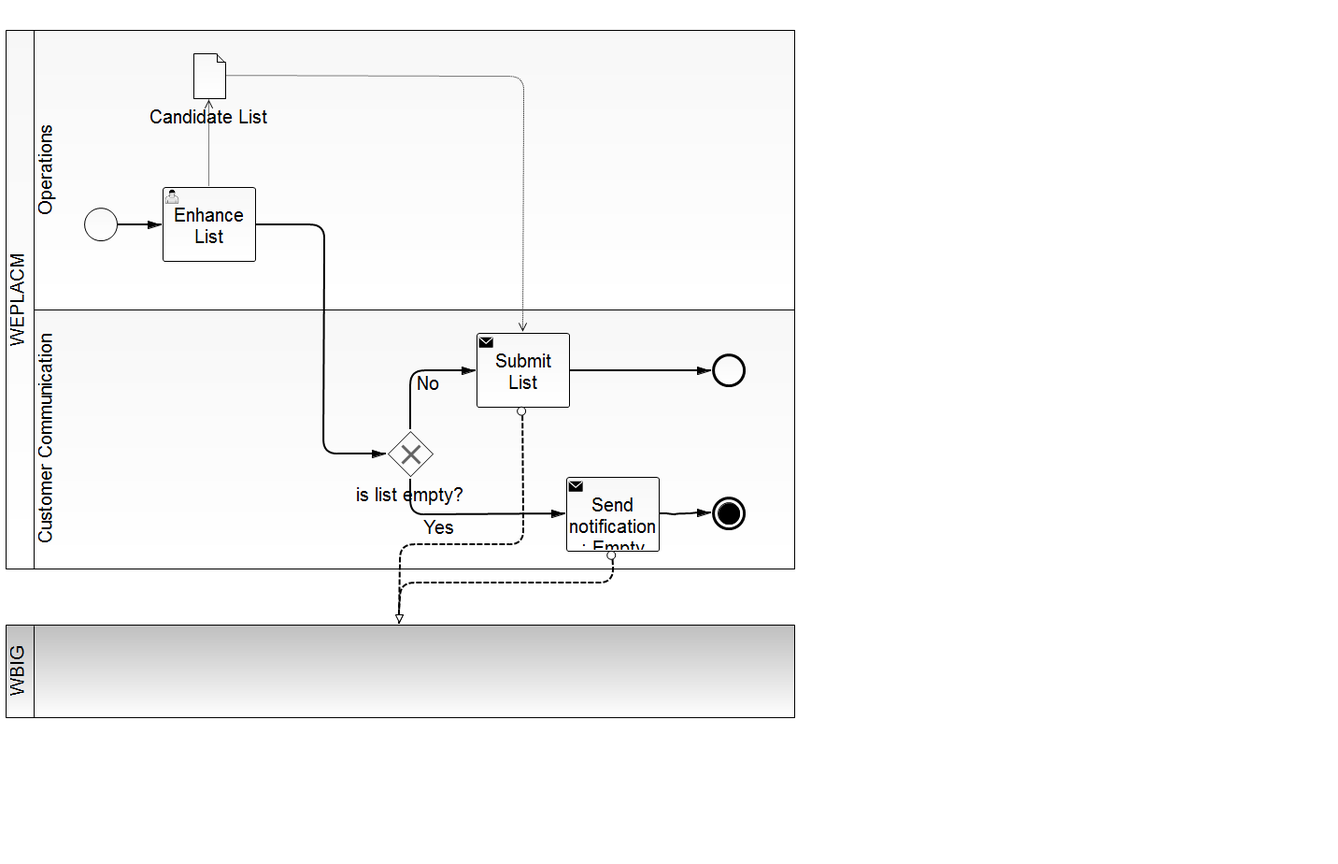
This is src/main/resources/prepare_list.png from SandraLe/WEPLACM, a BPMN export, as it was before one commit. Its source is kept beside it as src/main/resources/prepare_list.bpmn. Ids are renumbered.
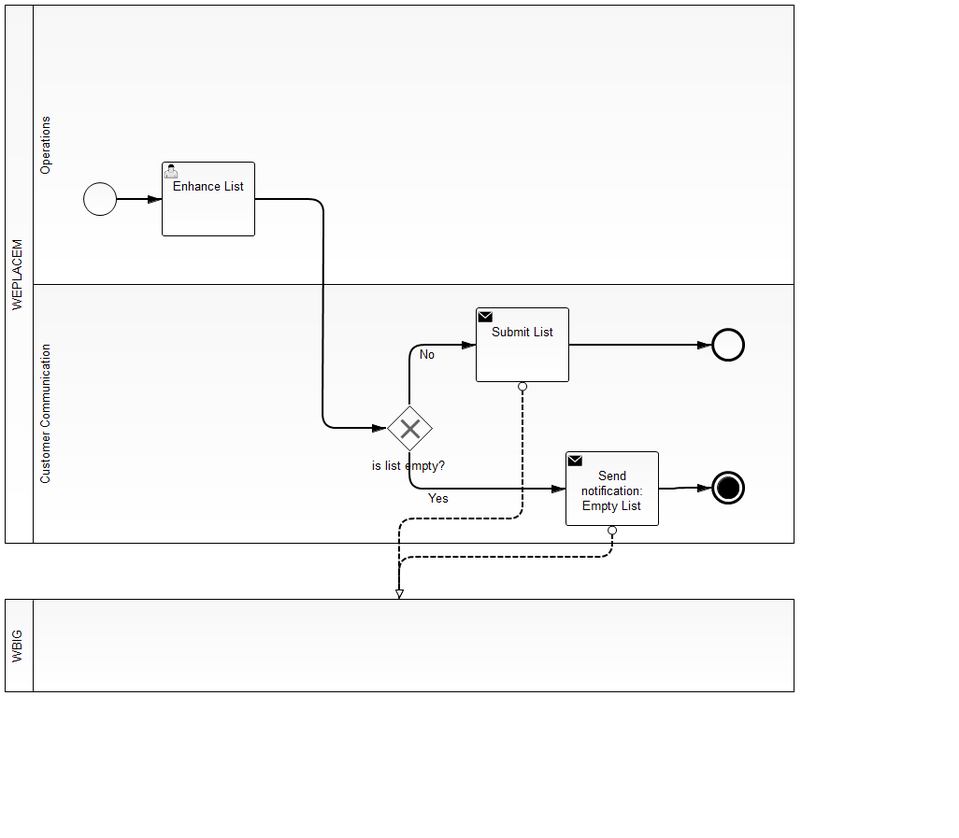
The same file after the commit.

The edit, as a diff of the source:
```diff
@@ -1,22 +1,22 @@
-<bpmn2:definitions xmlns:xsi="http://www.w3.org/2001/XMLSchema-instance" xmlns:bpmn2="http://www.omg.org/spec/BPMN/20100524/MODEL" xmlns:bpmndi="http://www.omg.org/spec/BPMN/20100524/DI" xmlns:dc="http://www.omg.org/spec/DD/20100524/DC" xmlns:di="http://www.omg.org/spec/DD/20100524/DI" xsi:schemaLocation="http://www.omg.org/spec/BPMN/20100524/MODEL BPMN20.xsd" id="_vGd_sAk-EeWftNyabiApZA" exporter="camunda modeler" exporterVersion="2.7.0" targetNamespace="http://activiti.org/bpmn">
+<bpmn2:definitions xmlns:xsi="http://www.w3.org/2001/XMLSchema-instance" xmlns:bpmn2="http://www.omg.org/spec/BPMN/20100524/MODEL" xmlns:bpmndi="http://www.omg.org/spec/BPMN/20100524/DI" xmlns:camunda="http://activiti.org/bpmn" xmlns:dc="http://www.omg.org/spec/DD/20100524/DC" xmlns:di="http://www.omg.org/spec/DD/20100524/DI" xsi:schemaLocation="http://www.omg.org/spec/BPMN/20100524/MODEL BPMN20.xsd" id="_vGd_sAk-EeWftNyabiApZA" exporter="camunda modeler" exporterVersion="2.7.0" targetNamespace="http://activiti.org/bpmn">
   <bpmn2:collaboration id="_Collaboration_3">
-    <bpmn2:participant id="WEPLACM" name="WEPLACM" processRef="prepare_list"/>
-    <bpmn2:participant id="WBIG" name="WBIG"/>
-    <bpmn2:messageFlow id="MessageFlow_3" name="" sourceRef="SubmitList" targetRef="WBIG"/>
-    <bpmn2:messageFlow id="MessageFlow_4" name="" sourceRef="SendNotificationEmptyList" targetRef="WBIG"/>
+    <bpmn2:participant id="_Participant_3" name="WEPLACEM" processRef="prepare_list"/>
+    <bpmn2:participant id="Participant_1" name="WBIG"/>
+    <bpmn2:messageFlow id="MessageFlow_3" name="" sourceRef="SubmitList" targetRef="Participant_1"/>
+    <bpmn2:messageFlow id="MessageFlow_4" name="" sourceRef="EmptyList" targetRef="Participant_1"/>
   </bpmn2:collaboration>
   <bpmn2:process id="prepare_list" isExecutable="true">
     <bpmn2:laneSet id="LaneSet_1" name="Lane Set 1">
       <bpmn2:lane id="Operations" name="Operations">
         <bpmn2:flowNodeRef>EnhanceList</bpmn2:flowNodeRef>
-        <bpmn2:flowNodeRef>StartEvent_PrepareList</bpmn2:flowNodeRef>
+        <bpmn2:flowNodeRef>StartEvent_1</bpmn2:flowNodeRef>
       </bpmn2:lane>
       <bpmn2:lane id="CustomerCommunication" name="Customer Communication">
         <bpmn2:flowNodeRef>SubmitList</bpmn2:flowNodeRef>
         <bpmn2:flowNodeRef>IsListEmpty</bpmn2:flowNodeRef>
-        <bpmn2:flowNodeRef>SendNotificationEmptyList</bpmn2:flowNodeRef>
+        <bpmn2:flowNodeRef>EmptyList</bpmn2:flowNodeRef>
         <bpmn2:flowNodeRef>EndEvent_2</bpmn2:flowNodeRef>
-        <bpmn2:flowNodeRef>EndEvent_PrepareList</bpmn2:flowNodeRef>
+        <bpmn2:flowNodeRef>EndEvent_1</bpmn2:flowNodeRef>
       </bpmn2:lane>
     </bpmn2:laneSet>
     <bpmn2:dataObject id="DataObject_1" name="Candidate List"/>
@@ -24,47 +24,46 @@
     <bpmn2:userTask id="EnhanceList" name="Enhance List">
       <bpmn2:incoming>SequenceFlow_1</bpmn2:incoming>
       <bpmn2:outgoing>SequenceFlow_3</bpmn2:outgoing>
-      <bpmn2:dataOutputAssociation id="DataOutputAssociation_1">
-        <bpmn2:targetRef>CandidateList</bpmn2:targetRef>
-      </bpmn2:dataOutputAssociation>
     </bpmn2:userTask>
     <bpmn2:sequenceFlow id="SequenceFlow_3" name="" sourceRef="EnhanceList" targetRef="IsListEmpty"/>
-    <bpmn2:startEvent id="StartEvent_PrepareList">
+    <bpmn2:startEvent id="StartEvent_1">
       <bpmn2:outgoing>SequenceFlow_1</bpmn2:outgoing>
     </bpmn2:startEvent>
-    <bpmn2:sequenceFlow id="SequenceFlow_1" name="" sourceRef="StartEvent_PrepareList" targetRef="EnhanceList"/>
-    <bpmn2:dataObjectReference id="CandidateList" name="Candidate List" dataObjectRef="DataObject_1"/>
-    <bpmn2:sendTask id="SubmitList" name="Submit List">
+    <bpmn2:sequenceFlow id="SequenceFlow_1" name="" sourceRef="StartEvent_1" targetRef="EnhanceList"/>
+    <bpmn2:sendTask id="SubmitList" camunda:expression="{$Prepare_list.submit_list()}" name="Submit List">
       <bpmn2:incoming>SequenceFlow_4</bpmn2:incoming>
       <bpmn2:outgoing>SequenceFlow_6</bpmn2:outgoing>
-      <bpmn2:dataInputAssociation id="DataInputAssociation_3">
-        <bpmn2:sourceRef>CandidateList</bpmn2:sourceRef>
-      </bpmn2:dataInputAssociation>
     </bpmn2:sendTask>
-    <bpmn2:sequenceFlow id="SequenceFlow_6" name="" sourceRef="SubmitList" targetRef="EndEvent_PrepareList"/>
+    <bpmn2:sequenceFlow id="SequenceFlow_6" name="" sourceRef="SubmitList" targetRef="EndEvent_1"/>
     <bpmn2:exclusiveGateway id="IsListEmpty" name="is list empty?">
       <bpmn2:incoming>SequenceFlow_3</bpmn2:incoming>
       <bpmn2:outgoing>SequenceFlow_4</bpmn2:outgoing>
       <bpmn2:outgoing>SequenceFlow_5</bpmn2:outgoing>
     </bpmn2:exclusiveGateway>
-    <bpmn2:sequenceFlow id="SequenceFlow_4" name="No" sourceRef="IsListEmpty" targetRef="SubmitList"/>
-    <bpmn2:sequenceFlow id="SequenceFlow_5" name="Yes" sourceRef="IsListEmpty" targetRef="SendNotificationEmptyList"/>
-    <bpmn2:sendTask id="SendNotificationEmptyList" name="Send notification: Empty List">
+    <bpmn2:sequenceFlow id="SequenceFlow_4" name="No" sourceRef="IsListEmpty" targetRef="SubmitList">
+      <bpmn2:conditionExpression xsi:type="bpmn2:tFormalExpression">{$false}</bpmn2:conditionExpression>
+    </bpmn2:sequenceFlow>
+    <bpmn2:sequenceFlow id="SequenceFlow_5" name="Yes" sourceRef="IsListEmpty" targetRef="EmptyList">
+      <bpmn2:conditionExpression xsi:type="bpmn2:tFormalExpression">{$true}</bpmn2:conditionExpression>
+    </bpmn2:sequenceFlow>
+    <bpmn2:sendTask id="EmptyList" camunda:expression="{$Prepare_list.submit_empty_list()}" name="Send notification: Empty List">
       <bpmn2:incoming>SequenceFlow_5</bpmn2:incoming>
       <bpmn2:outgoing>SequenceFlow_7</bpmn2:outgoing>
     </bpmn2:sendTask>
-    <bpmn2:sequenceFlow id="SequenceFlow_7" name="" sourceRef="SendNotificationEmptyList" targetRef="EndEvent_2"/>
+    <bpmn2:sequenceFlow id="SequenceFlow_7" name="" sourceRef="EmptyList" targetRef="EndEvent_2"/>
     <bpmn2:endEvent id="EndEvent_2">
       <bpmn2:incoming>SequenceFlow_7</bpmn2:incoming>
       <bpmn2:terminateEventDefinition id="TerminateEventDefinition_1"/>
     </bpmn2:endEvent>
-    <bpmn2:endEvent id="EndEvent_PrepareList">
+    <bpmn2:endEvent id="EndEvent_1">
       <bpmn2:incoming>SequenceFlow_6</bpmn2:incoming>
     </bpmn2:endEvent>
   </bpmn2:process>
+  <bpmn2:message id="final_list" name="FINAL_LIST"/>
+  <bpmn2:message id="empty_list" name="EMPTY_LIST"/>
   <bpmndi:BPMNDiagram id="BPMNDiagram_1">
     <bpmndi:BPMNPlane id="BPMNPlane_1" bpmnElement="_Collaboration_3">
-      <bpmndi:BPMNShape id="_BPMNShape_StartEvent_7" bpmnElement="StartEvent_PrepareList">
+      <bpmndi:BPMNShape id="_BPMNShape_StartEvent_7" bpmnElement="StartEvent_1">
         <dc:Bounds height="36.0" width="36.0" x="84.0" y="190.0"/>
         <bpmndi:BPMNLabel>
           <dc:Bounds height="0.0" width="0.0" x="102.0" y="231.0"/>
@@ -73,7 +72,7 @@
       <bpmndi:BPMNShape id="_BPMNShape_Task_3" bpmnElement="EnhanceList">
         <dc:Bounds height="80.0" width="100.0" x="168.0" y="168.0"/>
       </bpmndi:BPMNShape>
-      <bpmndi:BPMNShape id="_BPMNShape_EndEvent_6" bpmnElement="EndEvent_PrepareList">
+      <bpmndi:BPMNShape id="_BPMNShape_EndEvent_6" bpmnElement="EndEvent_1">
         <dc:Bounds height="36.0" width="36.0" x="756.0" y="346.0"/>
         <bpmndi:BPMNLabel>
           <dc:Bounds height="0.0" width="0.0" x="774.0" y="387.0"/>
@@ -112,7 +111,7 @@
           <dc:Bounds height="29.0" width="30.0" x="438.0" y="364.0"/>
         </bpmndi:BPMNLabel>
       </bpmndi:BPMNEdge>
-      <bpmndi:BPMNShape id="_BPMNShape_SendTask_5" bpmnElement="SendNotificationEmptyList">
+      <bpmndi:BPMNShape id="_BPMNShape_SendTask_5" bpmnElement="EmptyList">
         <dc:Bounds height="80.0" width="100.0" x="600.0" y="478.0"/>
       </bpmndi:BPMNShape>
       <bpmndi:BPMNEdge id="BPMNEdge_SequenceFlow_5" bpmnElement="SequenceFlow_5" sourceElement="_BPMNShape_ExclusiveGateway_4" targetElement="_BPMNShape_SendTask_5">
@@ -145,25 +144,10 @@
           <dc:Bounds height="6.0" width="6.0" x="714.0" y="517.0"/>
         </bpmndi:BPMNLabel>
       </bpmndi:BPMNEdge>
-      <bpmndi:BPMNShape id="_BPMNShape_DataObjectReference_3" bpmnElement="CandidateList">
-        <dc:Bounds height="50.0" width="36.0" x="200.0" y="24.0"/>
-        <bpmndi:BPMNLabel>
-          <dc:Bounds height="29.0" width="132.0" x="152.0" y="79.0"/>
-        </bpmndi:BPMNLabel>
-      </bpmndi:BPMNShape>
-      <bpmndi:BPMNEdge id="BPMNEdge_DataOutputAssociation_1" bpmnElement="DataOutputAssociation_1" sourceElement="_BPMNShape_Task_3" targetElement="_BPMNShape_DataObjectReference_3">
-        <di:waypoint xsi:type="dc:Point" x="218.0" y="168.0"/>
-        <di:waypoint xsi:type="dc:Point" x="218.0" y="74.0"/>
-      </bpmndi:BPMNEdge>
-      <bpmndi:BPMNEdge id="BPMNEdge_DataInputAssociation_3" bpmnElement="DataInputAssociation_3" sourceElement="_BPMNShape_DataObjectReference_3" targetElement="_BPMNShape_SendTask_4">
-        <di:waypoint xsi:type="dc:Point" x="236.0" y="49.0"/>
-        <di:waypoint xsi:type="dc:Point" x="554.0" y="49.0"/>
-        <di:waypoint xsi:type="dc:Point" x="554.0" y="324.0"/>
-      </bpmndi:BPMNEdge>
-      <bpmndi:BPMNShape id="_BPMNShape_Participant_4" bpmnElement="WEPLACM" isHorizontal="true">
+      <bpmndi:BPMNShape id="_BPMNShape_Participant_4" bpmnElement="_Participant_3" isHorizontal="true">
         <dc:Bounds height="577.0" width="845.0" x="0.0" y="0.0"/>
       </bpmndi:BPMNShape>
-      <bpmndi:BPMNShape id="_BPMNShape_Participant_5" bpmnElement="WBIG" isHorizontal="true">
+      <bpmndi:BPMNShape id="_BPMNShape_Participant_5" bpmnElement="Participant_1" isHorizontal="true">
         <dc:Bounds height="100.0" width="845.0" x="0.0" y="636.0"/>
       </bpmndi:BPMNShape>
       <bpmndi:BPMNShape id="_BPMNShape_Lane_5" bpmnElement="Operations" isHorizontal="true">
```
